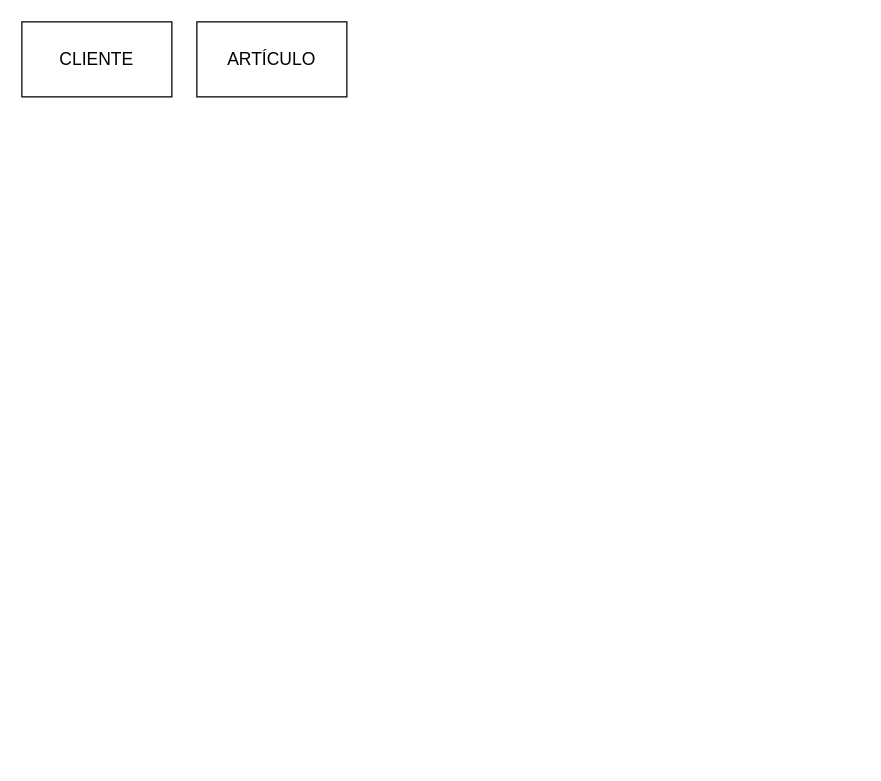
IsaiasTolP/Base-Datos keeps this draw.io diagram as Unidad-2/Tareas/Tarea 3/images/Tarea 3.drawio. Above is the earlier version. Source tidied: cells renumbered, new cells numbered last; positions are measured from the earlier drawing's top-left corner, leaving out a move shared by most shapes. Both pictures are drawn from the tidied source at 125%, with x=0, y=0 at pixel (21, 21).
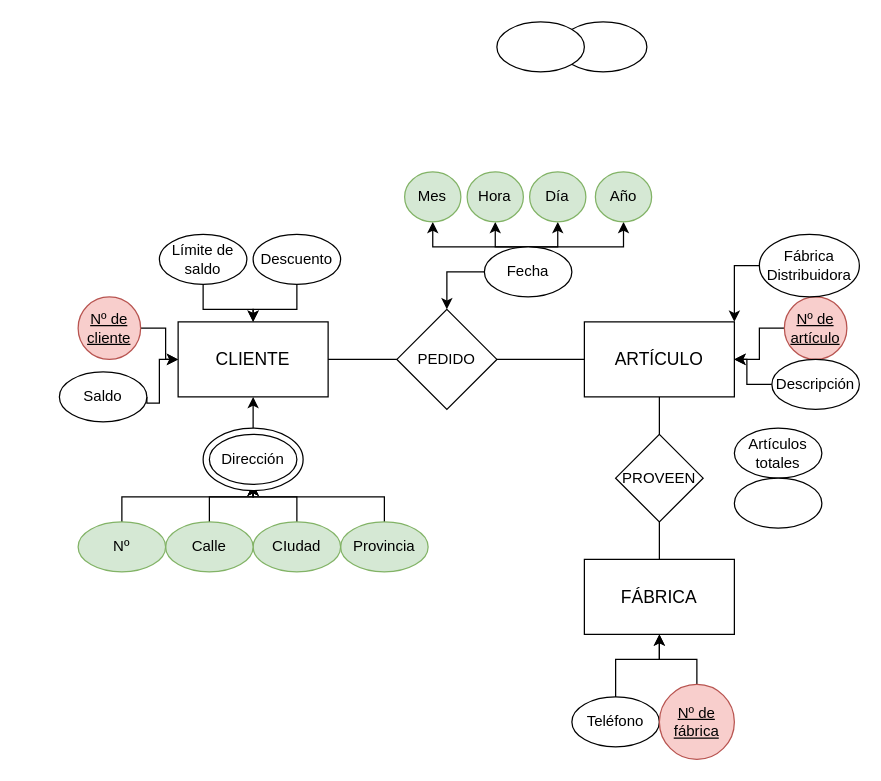
The same diagram, later.

Change to the diagram source:
```diff
@@
     <mxCell id="2" value="CLIENTE" style="rounded=0;whiteSpace=wrap;html=1;fontSize=14;" parent="1" vertex="1">
-      <mxGeometry width="120" height="60" as="geometry" />
+      <mxGeometry x="125" y="240" width="120" height="60" as="geometry" />
     </mxCell>
     <mxCell id="3" value="ARTÍCULO" style="rounded=0;whiteSpace=wrap;html=1;fontSize=14;" parent="1" vertex="1">
-      <mxGeometry x="140" width="120" height="60" as="geometry" />
+      <mxGeometry x="450" y="240" width="120" height="60" as="geometry" />
     </mxCell>
+    <mxCell id="4" style="edgeStyle=orthogonalEdgeStyle;rounded=0;jettySize=auto;html=1;" parent="1" edge="1" source="5" target="20">
+      <mxGeometry relative="1" as="geometry">
+        <Array as="points">
+          <mxPoint x="475" y="510" />
+          <mxPoint x="510" y="510" />
+        </Array>
+      </mxGeometry>
+    </mxCell>
+    <mxCell id="5" value="Teléfono" style="ellipse;whiteSpace=wrap;html=1;" parent="1" vertex="1">
+      <mxGeometry x="440" y="540" width="70" height="40" as="geometry" />
+    </mxCell>
+    <mxCell id="6" value="Artículos totales" style="ellipse;whiteSpace=wrap;html=1;" parent="1" vertex="1">
+      <mxGeometry x="570" y="325" width="70" height="40" as="geometry" />
+    </mxCell>
+    <mxCell id="7" style="edgeStyle=orthogonalEdgeStyle;rounded=0;jettySize=auto;html=1;" parent="1" edge="1" source="8" target="2">
+      <mxGeometry relative="1" as="geometry" />
+    </mxCell>
+    <mxCell id="8" value="Límite de saldo" style="ellipse;whiteSpace=wrap;html=1;" parent="1" vertex="1">
+      <mxGeometry x="110" y="170" width="70" height="40" as="geometry" />
+    </mxCell>
+    <mxCell id="9" style="edgeStyle=orthogonalEdgeStyle;rounded=0;jettySize=auto;html=1;entryX=0.5;entryY=1;entryDx=0;entryDy=0;" parent="1" edge="1" source="10" target="19">
+      <mxGeometry relative="1" as="geometry">
+        <Array as="points">
+          <mxPoint x="290" y="380" />
+          <mxPoint x="185" y="380" />
+        </Array>
+      </mxGeometry>
+    </mxCell>
+    <mxCell id="10" value="Provincia" style="ellipse;whiteSpace=wrap;html=1;fillColor=#d5e8d4;strokeColor=#82b366;" parent="1" vertex="1">
+      <mxGeometry x="255" y="400" width="70" height="40" as="geometry" />
+    </mxCell>
+    <mxCell id="11" style="edgeStyle=orthogonalEdgeStyle;rounded=0;jettySize=auto;html=1;exitX=0.5;exitY=0;exitDx=0;exitDy=0;" parent="1" edge="1" source="12" target="19">
+      <mxGeometry relative="1" as="geometry" />
+    </mxCell>
+    <mxCell id="12" value="CIudad" style="ellipse;whiteSpace=wrap;html=1;fillColor=#d5e8d4;strokeColor=#82b366;" parent="1" vertex="1">
+      <mxGeometry x="185" y="400" width="70" height="40" as="geometry" />
+    </mxCell>
+    <mxCell id="13" style="edgeStyle=orthogonalEdgeStyle;rounded=0;jettySize=auto;html=1;exitX=0.5;exitY=0;exitDx=0;exitDy=0;entryX=0.5;entryY=1;entryDx=0;entryDy=0;" parent="1" edge="1" source="14" target="19">
+      <mxGeometry relative="1" as="geometry" />
+    </mxCell>
+    <mxCell id="14" value="Calle" style="ellipse;whiteSpace=wrap;html=1;fillColor=#d5e8d4;strokeColor=#82b366;" parent="1" vertex="1">
+      <mxGeometry x="115" y="400" width="70" height="40" as="geometry" />
+    </mxCell>
+    <mxCell id="15" style="edgeStyle=orthogonalEdgeStyle;rounded=0;jettySize=auto;html=1;exitX=0.5;exitY=0;exitDx=0;exitDy=0;entryX=0.5;entryY=1;entryDx=0;entryDy=0;" parent="1" edge="1" source="16" target="19">
+      <mxGeometry relative="1" as="geometry">
+        <Array as="points">
+          <mxPoint x="80" y="380" />
+          <mxPoint x="185" y="380" />
+        </Array>
+      </mxGeometry>
+    </mxCell>
+    <mxCell id="16" value="Nº" style="ellipse;whiteSpace=wrap;html=1;fillColor=#d5e8d4;strokeColor=#82b366;" parent="1" vertex="1">
+      <mxGeometry x="45" y="400" width="70" height="40" as="geometry" />
+    </mxCell>
+    <mxCell id="17" style="edgeStyle=orthogonalEdgeStyle;rounded=0;jettySize=auto;html=1;exitX=0.5;exitY=0;exitDx=0;exitDy=0;entryX=0.5;entryY=1;entryDx=0;entryDy=0;" parent="1" edge="1" source="18" target="2">
+      <mxGeometry relative="1" as="geometry" />
+    </mxCell>
+    <mxCell id="18" style="ellipse;whiteSpace=wrap;html=1;" parent="1" vertex="1">
+      <mxGeometry x="145" y="325" width="80" height="50" as="geometry" />
+    </mxCell>
+    <mxCell id="19" value="Dirección" style="ellipse;whiteSpace=wrap;html=1;" parent="1" vertex="1">
+      <mxGeometry x="150" y="330" width="70" height="40" as="geometry" />
+    </mxCell>
+    <mxCell id="20" value="FÁBRICA" style="rounded=0;whiteSpace=wrap;html=1;fontSize=14;" parent="1" vertex="1">
+      <mxGeometry x="450" y="430" width="120" height="60" as="geometry" />
+    </mxCell>
+    <mxCell id="21" style="edgeStyle=orthogonalEdgeStyle;rounded=0;jettySize=auto;html=1;" parent="1" edge="1" source="22" target="2">
+      <mxGeometry relative="1" as="geometry" />
+    </mxCell>
+    <mxCell id="22" value="Nº de cliente" style="ellipse;whiteSpace=wrap;html=1;fillColor=#f8cecc;strokeColor=#b85450;fontStyle=4;" parent="1" vertex="1">
+      <mxGeometry x="45" y="220" width="50" height="50" as="geometry" />
+    </mxCell>
+    <mxCell id="23" style="edgeStyle=orthogonalEdgeStyle;rounded=0;jettySize=auto;html=1;" parent="1" edge="1" source="24" target="20">
+      <mxGeometry relative="1" as="geometry">
+        <Array as="points">
+          <mxPoint x="540" y="510" />
+          <mxPoint x="510" y="510" />
+        </Array>
+      </mxGeometry>
+    </mxCell>
+    <mxCell id="24" value="Nº de fábrica" style="ellipse;whiteSpace=wrap;html=1;fillColor=#f8cecc;strokeColor=#b85450;fontStyle=4;" parent="1" vertex="1">
+      <mxGeometry x="510" y="530" width="60" height="60" as="geometry" />
+    </mxCell>
+    <mxCell id="25" value="PEDIDO" style="rhombus;whiteSpace=wrap;html=1;" parent="1" vertex="1">
+      <mxGeometry x="300" y="230" width="80" height="80" as="geometry" />
+    </mxCell>
+    <mxCell id="26" value="PROVEEN" style="rhombus;whiteSpace=wrap;html=1;" parent="1" vertex="1">
+      <mxGeometry x="475" y="330" width="70" height="70" as="geometry" />
+    </mxCell>
+    <mxCell id="27" style="endArrow=none;html=1;rounded=0;entryX=0;entryY=0.5;entryDx=0;entryDy=0;exitX=1;exitY=0.5;exitDx=0;exitDy=0;" parent="1" edge="1" source="25" target="3">
+      <mxGeometry relative="1" as="geometry" />
+    </mxCell>
+    <mxCell id="28" style="endArrow=none;html=1;rounded=0;entryX=0;entryY=0.5;entryDx=0;entryDy=0;exitX=1;exitY=0.5;exitDx=0;exitDy=0;" parent="1" edge="1" source="2" target="25">
+      <mxGeometry relative="1" as="geometry" />
+    </mxCell>
+    <mxCell id="29" style="endArrow=none;html=1;rounded=0;entryX=0.5;entryY=1;entryDx=0;entryDy=0;exitX=0.5;exitY=0;exitDx=0;exitDy=0;" parent="1" edge="1" source="26" target="3">
+      <mxGeometry relative="1" as="geometry" />
+    </mxCell>
+    <mxCell id="30" style="endArrow=none;html=1;rounded=0;entryX=0.5;entryY=0;entryDx=0;entryDy=0;exitX=0.5;exitY=1;exitDx=0;exitDy=0;" parent="1" edge="1" source="26" target="20">
+      <mxGeometry relative="1" as="geometry" />
+    </mxCell>
+    <mxCell id="31" style="edgeStyle=orthogonalEdgeStyle;rounded=0;jettySize=auto;html=1;" parent="1" edge="1" source="32" target="3">
+      <mxGeometry relative="1" as="geometry" />
+    </mxCell>
+    <mxCell id="32" value="Nº de artículo" style="ellipse;whiteSpace=wrap;html=1;fillColor=#f8cecc;strokeColor=#b85450;fontStyle=4;" parent="1" vertex="1">
+      <mxGeometry x="610" y="220" width="50" height="50" as="geometry" />
+    </mxCell>
+    <mxCell id="33" style="edgeStyle=orthogonalEdgeStyle;rounded=0;jettySize=auto;html=1;exitX=0.5;exitY=0;exitDx=0;exitDy=0;entryX=0.5;entryY=1;entryDx=0;entryDy=0;" parent="1" edge="1" source="38" target="52">
+      <mxGeometry relative="1" as="geometry" />
+    </mxCell>
+    <mxCell id="34" style="edgeStyle=orthogonalEdgeStyle;rounded=0;jettySize=auto;html=1;exitX=0.5;exitY=0;exitDx=0;exitDy=0;entryX=0.5;entryY=1;entryDx=0;entryDy=0;" parent="1" edge="1" source="38" target="50">
+      <mxGeometry relative="1" as="geometry" />
+    </mxCell>
+    <mxCell id="35" style="edgeStyle=orthogonalEdgeStyle;rounded=0;jettySize=auto;html=1;exitX=0.5;exitY=0;exitDx=0;exitDy=0;entryX=0.5;entryY=1;entryDx=0;entryDy=0;" parent="1" edge="1" source="38" target="53">
+      <mxGeometry relative="1" as="geometry">
+        <Array as="points">
+          <mxPoint x="481" y="180" />
+        </Array>
+      </mxGeometry>
+    </mxCell>
+    <mxCell id="36" style="edgeStyle=orthogonalEdgeStyle;rounded=0;jettySize=auto;html=1;exitX=0.5;exitY=0;exitDx=0;exitDy=0;entryX=0.5;entryY=1;entryDx=0;entryDy=0;" parent="1" edge="1" source="38" target="51">
+      <mxGeometry relative="1" as="geometry">
+        <Array as="points">
+          <mxPoint x="329" y="180" />
+        </Array>
+      </mxGeometry>
+    </mxCell>
+    <mxCell id="37" style="edgeStyle=orthogonalEdgeStyle;rounded=0;jettySize=auto;html=1;exitX=0;exitY=0.5;exitDx=0;exitDy=0;entryX=0.5;entryY=0;entryDx=0;entryDy=0;" parent="1" edge="1" source="38" target="25">
+      <mxGeometry relative="1" as="geometry" />
+    </mxCell>
+    <mxCell id="38" value="Fecha" style="ellipse;whiteSpace=wrap;html=1;" parent="1" vertex="1">
+      <mxGeometry x="370" y="180" width="70" height="40" as="geometry" />
+    </mxCell>
+    <mxCell id="39" style="edgeStyle=orthogonalEdgeStyle;rounded=0;jettySize=auto;html=1;exitX=0.5;exitY=1;exitDx=0;exitDy=0;entryX=0.5;entryY=0;entryDx=0;entryDy=0;" parent="1" edge="1" source="40" target="2">
+      <mxGeometry relative="1" as="geometry" />
+    </mxCell>
+    <mxCell id="40" value="Descuento" style="ellipse;whiteSpace=wrap;html=1;" parent="1" vertex="1">
+      <mxGeometry x="185" y="170" width="70" height="40" as="geometry" />
+    </mxCell>
+    <mxCell id="41" style="edgeStyle=orthogonalEdgeStyle;rounded=0;jettySize=auto;html=1;exitX=1;exitY=0.5;exitDx=0;exitDy=0;entryX=0;entryY=0.5;entryDx=0;entryDy=0;" parent="1" edge="1" source="42" target="2">
+      <mxGeometry relative="1" as="geometry">
+        <Array as="points">
+          <mxPoint x="110" y="305" />
+          <mxPoint x="110" y="270" />
+        </Array>
+      </mxGeometry>
+    </mxCell>
+    <mxCell id="42" value="&lt;div&gt;Saldo&lt;/div&gt;" style="ellipse;whiteSpace=wrap;html=1;fontSize=12;" parent="1" vertex="1">
+      <mxGeometry x="30" y="280" width="70" height="40" as="geometry" />
+    </mxCell>
+    <mxCell id="43" style="edgeStyle=orthogonalEdgeStyle;rounded=0;jettySize=auto;html=1;" parent="1" edge="1" source="44" target="3">
+      <mxGeometry relative="1" as="geometry" />
+    </mxCell>
+    <mxCell id="44" value="Descripción" style="ellipse;whiteSpace=wrap;html=1;" parent="1" vertex="1">
+      <mxGeometry x="600" y="270" width="70" height="40" as="geometry" />
+    </mxCell>
+    <mxCell id="45" style="ellipse;whiteSpace=wrap;html=1;" parent="1" vertex="1">
+      <mxGeometry x="430" width="70" height="40" as="geometry" />
+    </mxCell>
+    <mxCell id="46" style="ellipse;whiteSpace=wrap;html=1;" parent="1" vertex="1">
+      <mxGeometry x="570" y="365" width="70" height="40" as="geometry" />
+    </mxCell>
+    <mxCell id="47" style="ellipse;whiteSpace=wrap;html=1;" parent="1" vertex="1">
+      <mxGeometry x="380" width="70" height="40" as="geometry" />
+    </mxCell>
+    <mxCell id="48" style="edgeStyle=orthogonalEdgeStyle;rounded=0;jettySize=auto;html=1;entryX=1;entryY=0;entryDx=0;entryDy=0;" parent="1" edge="1" source="49" target="3">
+      <mxGeometry relative="1" as="geometry" />
+    </mxCell>
+    <mxCell id="49" value="Fábrica Distribuidora" style="ellipse;whiteSpace=wrap;html=1;" parent="1" vertex="1">
+      <mxGeometry x="590" y="170" width="80" height="50" as="geometry" />
+    </mxCell>
+    <mxCell id="50" value="Hora" style="ellipse;whiteSpace=wrap;html=1;fillColor=#d5e8d4;strokeColor=#82b366;" parent="1" vertex="1">
+      <mxGeometry x="356.2" y="120" width="45" height="40" as="geometry" />
+    </mxCell>
+    <mxCell id="51" value="Mes" style="ellipse;whiteSpace=wrap;html=1;fillColor=#d5e8d4;strokeColor=#82b366;" parent="1" vertex="1">
+      <mxGeometry x="306.2" y="120" width="45" height="40" as="geometry" />
+    </mxCell>
+    <mxCell id="52" value="Día" style="ellipse;whiteSpace=wrap;html=1;fillColor=#d5e8d4;strokeColor=#82b366;" parent="1" vertex="1">
+      <mxGeometry x="406.2" y="120" width="45" height="40" as="geometry" />
+    </mxCell>
+    <mxCell id="53" value="Año" style="ellipse;whiteSpace=wrap;html=1;fillColor=#d5e8d4;strokeColor=#82b366;" parent="1" vertex="1">
+      <mxGeometry x="458.8" y="120" width="45" height="40" as="geometry" />
+    </mxCell>
```
